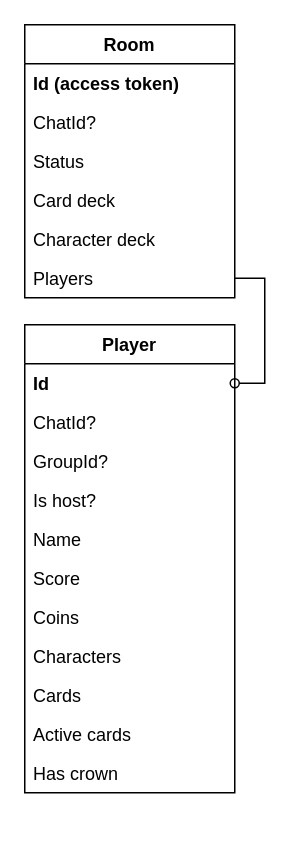
AntonArtomovNM/KCAA keeps this draw.io diagram as docs/ER diagram.drawio. Above is the earlier version. Source tidied: cells renumbered, new cells numbered last; positions are measured from the earlier drawing's top-left corner, leaving out a move shared by most shapes. Both pictures are drawn from the tidied source at 150%, with x=0, y=0 at pixel (24, 24).
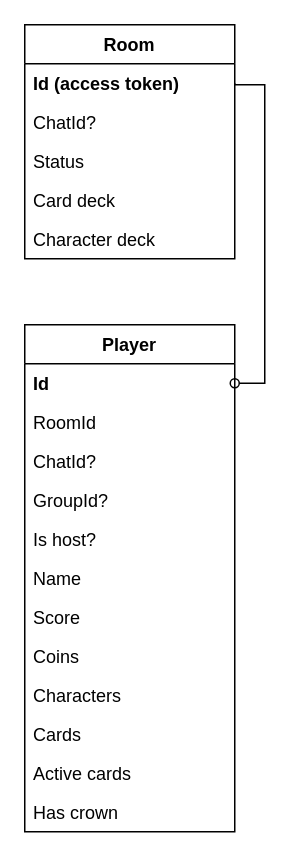
Above is the later version.

Unchanged cells that the change refers to:
```xml
<mxCell id="3" value="Id" style="text;strokeColor=none;fillColor=none;align=left;verticalAlign=top;spacingLeft=4;spacingRight=4;overflow=hidden;points=[[0,0.5],[1,0.5]];portConstraint=eastwest;fontStyle=1;" parent="2" vertex="1">
  <mxGeometry y="26" width="140" height="26" as="geometry" />
</mxCell>
<mxCell id="15" value="Id (access token)" style="text;strokeColor=none;fillColor=none;align=left;verticalAlign=top;spacingLeft=4;spacingRight=4;overflow=hidden;points=[[0,0.5],[1,0.5]];portConstraint=eastwest;fontStyle=1;" parent="14" vertex="1">
  <mxGeometry y="26" width="140" height="26" as="geometry" />
</mxCell>
```

Diff of the diagram source:
```diff
@@
     <mxCell id="2" value="Player" style="swimlane;fontStyle=1;horizontal=1;startSize=26;" parent="1" vertex="1">
-      <mxGeometry y="200" width="140" height="312" as="geometry" />
+      <mxGeometry y="200" width="140" height="338" as="geometry" />
     </mxCell>
@@
+    <mxCell id="5" value="RoomId" style="text;strokeColor=none;fillColor=none;align=left;verticalAlign=top;spacingLeft=4;spacingRight=4;overflow=hidden;" parent="2" vertex="1">
+      <mxGeometry y="52" width="140" height="26" as="geometry" />
+    </mxCell>
     <mxCell id="4" value="ChatId?" style="text;strokeColor=none;fillColor=none;align=left;verticalAlign=top;spacingLeft=4;spacingRight=4;overflow=hidden;" parent="2" vertex="1">
-      <mxGeometry y="52" width="140" height="26" as="geometry" />
+      <mxGeometry y="78" width="140" height="26" as="geometry" />
     </mxCell>
-    <mxCell id="5" value="GroupId?" style="text;strokeColor=none;fillColor=none;align=left;verticalAlign=top;spacingLeft=4;spacingRight=4;overflow=hidden;" parent="2" vertex="1">
-      <mxGeometry y="78" width="140" height="26" as="geometry" />
-    </mxCell>
+    <mxCell id="22" value="GroupId?" style="text;strokeColor=none;fillColor=none;align=left;verticalAlign=top;spacingLeft=4;spacingRight=4;overflow=hidden;" parent="2" vertex="1">
+      <mxGeometry y="104" width="140" height="26" as="geometry" />
+    </mxCell>
     <mxCell id="6" value="Is host?" style="text;strokeColor=none;fillColor=none;align=left;verticalAlign=top;spacingLeft=4;spacingRight=4;overflow=hidden;" parent="2" vertex="1">
-      <mxGeometry y="104" width="140" height="26" as="geometry" />
+      <mxGeometry y="130" width="140" height="26" as="geometry" />
     </mxCell>
     <mxCell id="7" value="Name" style="text;strokeColor=none;fillColor=none;align=left;verticalAlign=top;spacingLeft=4;spacingRight=4;overflow=hidden;" parent="2" vertex="1">
-      <mxGeometry y="130" width="140" height="26" as="geometry" />
+      <mxGeometry y="156" width="140" height="26" as="geometry" />
     </mxCell>
     <mxCell id="8" value="Score" style="text;strokeColor=none;fillColor=none;align=left;verticalAlign=top;spacingLeft=4;spacingRight=4;overflow=hidden;" parent="2" vertex="1">
-      <mxGeometry y="156" width="140" height="26" as="geometry" />
+      <mxGeometry y="182" width="140" height="26" as="geometry" />
     </mxCell>
     <mxCell id="9" value="Coins" style="text;strokeColor=none;fillColor=none;align=left;verticalAlign=top;spacingLeft=4;spacingRight=4;overflow=hidden;" parent="2" vertex="1">
-      <mxGeometry y="182" width="140" height="26" as="geometry" />
+      <mxGeometry y="208" width="140" height="26" as="geometry" />
     </mxCell>
     <mxCell id="10" value="Characters" style="text;strokeColor=none;fillColor=none;align=left;verticalAlign=top;spacingLeft=4;spacingRight=4;overflow=hidden;" parent="2" vertex="1">
-      <mxGeometry y="208" width="140" height="26" as="geometry" />
+      <mxGeometry y="234" width="140" height="26" as="geometry" />
     </mxCell>
     <mxCell id="11" value="Cards" style="text;strokeColor=none;fillColor=none;align=left;verticalAlign=top;spacingLeft=4;spacingRight=4;overflow=hidden;" parent="2" vertex="1">
-      <mxGeometry y="234" width="140" height="26" as="geometry" />
+      <mxGeometry y="260" width="140" height="26" as="geometry" />
     </mxCell>
     <mxCell id="12" value="Active cards" style="text;strokeColor=none;fillColor=none;align=left;verticalAlign=top;spacingLeft=4;spacingRight=4;overflow=hidden;" parent="2" vertex="1">
-      <mxGeometry y="260" width="140" height="26" as="geometry" />
+      <mxGeometry y="286" width="140" height="26" as="geometry" />
     </mxCell>
     <mxCell id="13" value="Has crown" style="text;strokeColor=none;fillColor=none;align=left;verticalAlign=top;spacingLeft=4;spacingRight=4;overflow=hidden;" parent="2" vertex="1">
-      <mxGeometry y="286" width="140" height="26" as="geometry" />
+      <mxGeometry y="312" width="140" height="26" as="geometry" />
     </mxCell>
     <mxCell id="14" value="Room" style="swimlane;fontStyle=1;horizontal=1;startSize=26;" parent="1" vertex="1">
-      <mxGeometry width="140" height="182" as="geometry" />
+      <mxGeometry width="140" height="156" as="geometry" />
     </mxCell>
@@
-    <mxCell id="20" value="Players" style="text;strokeColor=none;fillColor=none;align=left;verticalAlign=top;spacingLeft=4;spacingRight=4;overflow=hidden;points=[[0,0.5],[1,0.5]];portConstraint=eastwest;" parent="14" vertex="1">
-      <mxGeometry y="156" width="140" height="26" as="geometry" />
-    </mxCell>
-    <mxCell id="21" style="edgeStyle=orthogonalEdgeStyle;rounded=0;jettySize=auto;html=1;exitX=1;exitY=0.5;exitDx=0;exitDy=0;entryX=1;entryY=0.5;entryDx=0;entryDy=0;startArrow=none;startFill=0;endArrow=oval;endFill=0;" parent="1" edge="1" source="20" target="3">
-      <mxGeometry relative="1" as="geometry" />
+    <mxCell id="21" style="edgeStyle=orthogonalEdgeStyle;rounded=0;jettySize=auto;html=1;exitX=1;exitY=0.5;exitDx=0;exitDy=0;entryX=1;entryY=0.5;entryDx=0;entryDy=0;startArrow=none;startFill=0;endArrow=oval;endFill=0;" parent="1" edge="1" source="15" target="3">
+      <mxGeometry relative="1" as="geometry">
+        <Array as="points">
+          <mxPoint x="140" y="40" />
+          <mxPoint x="160" y="40" />
+          <mxPoint x="160" y="239" />
+        </Array>
+      </mxGeometry>
     </mxCell>
```
